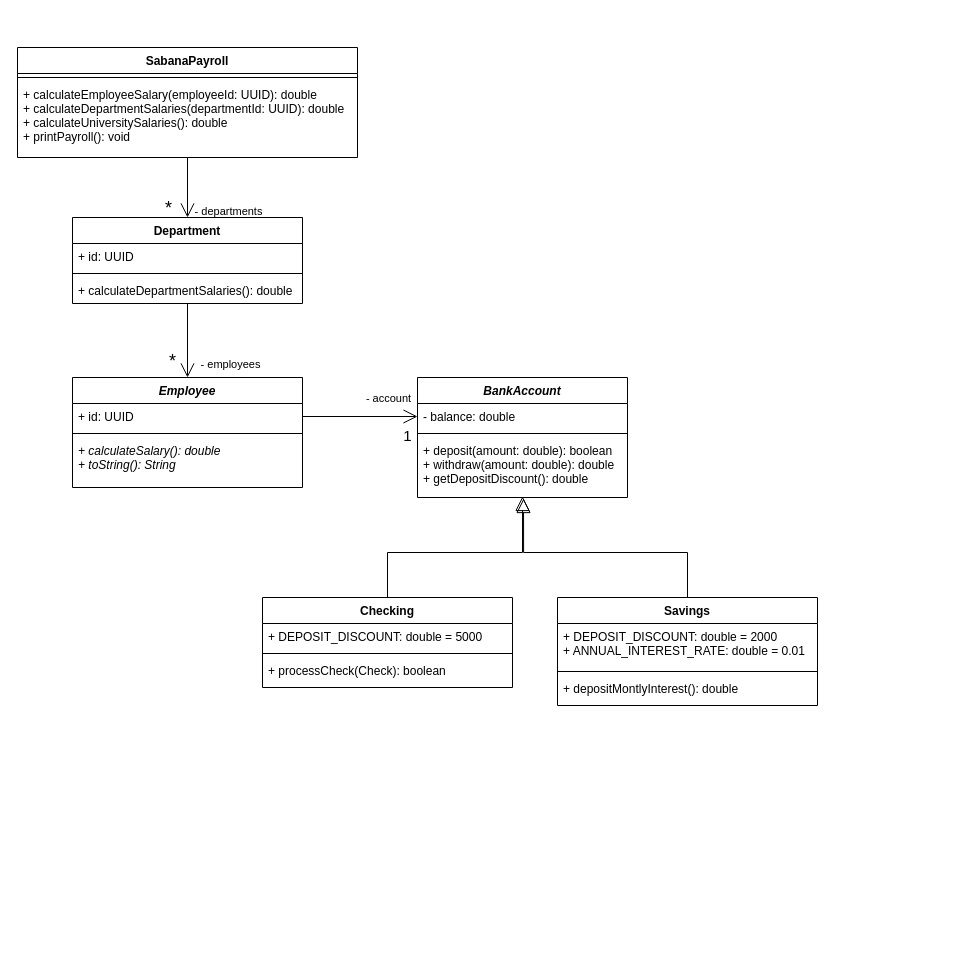
Luk117/NIETO-CHACON-ARRIETA-SABANA-POOB-2021-1-LAB-ABSTRACT-CLASS keeps this draw.io diagram as diagrams/sabanapayroll-class-diagram.drawio. Above is the earlier version. Source tidied: cells renumbered, new cells numbered last; positions are measured from the earlier drawing's top-left corner, leaving out a move shared by most shapes. Both pictures are drawn from the tidied source at 100%, with x=0, y=0 at pixel (17, 47).
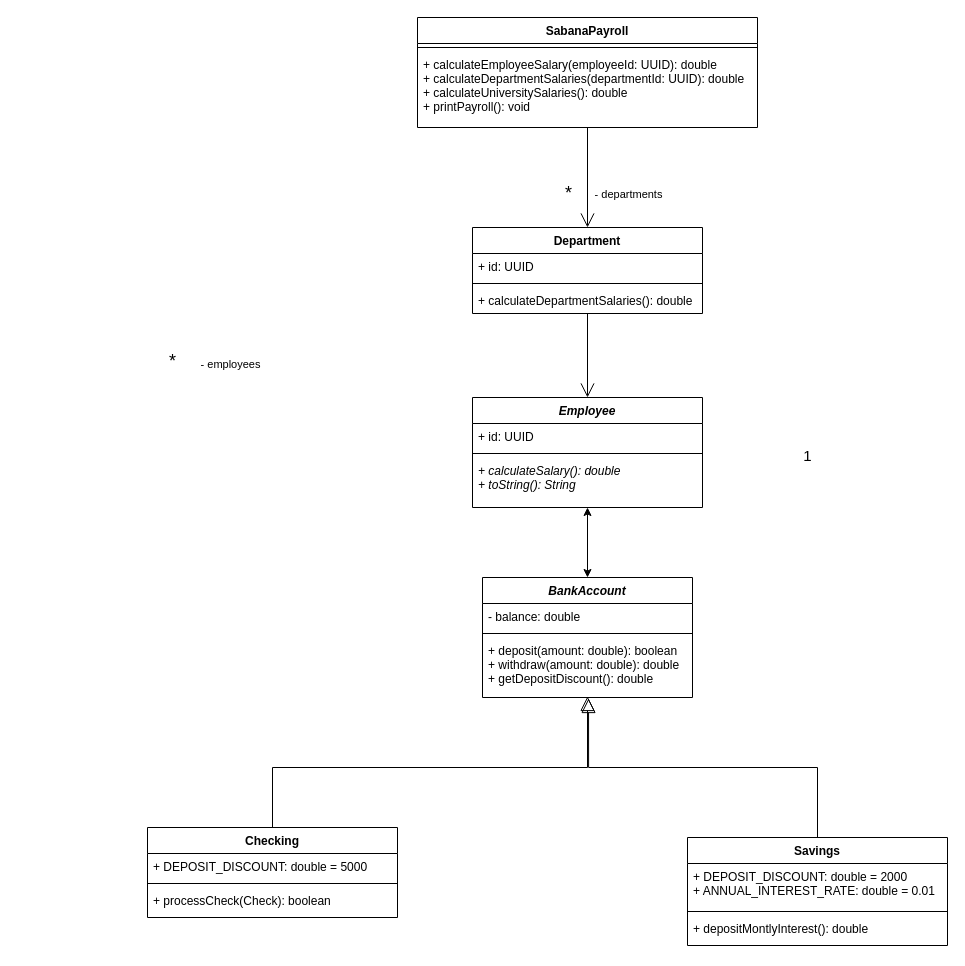
After the change.

The change refers to these unchanged cells:
```xml
<mxCell id="14" value="+ id: UUID" style="text;strokeColor=none;fillColor=none;align=left;verticalAlign=top;spacingLeft=4;spacingRight=4;overflow=hidden;points=[[0,0.5],[1,0.5]];portConstraint=eastwest;" parent="13" vertex="1">
  <mxGeometry y="26" width="230" height="26" as="geometry" />
</mxCell>
<mxCell id="20" value="- balance: double" style="text;strokeColor=none;fillColor=none;align=left;verticalAlign=top;spacingLeft=4;spacingRight=4;overflow=hidden;points=[[0,0.5],[1,0.5]];portConstraint=eastwest;" parent="19" vertex="1">
  <mxGeometry y="26" width="210" height="26" as="geometry" />
</mxCell>
<mxCell id="22" value="+ deposit(amount: double): boolean&#10;+ withdraw(amount: double): double&#10;+ getDepositDiscount(): double " style="text;strokeColor=none;fillColor=none;align=left;verticalAlign=top;spacingLeft=4;spacingRight=4;overflow=hidden;points=[[0,0.5],[1,0.5]];portConstraint=eastwest;fontStyle=0;" parent="19" vertex="1">
  <mxGeometry y="60" width="210" height="60" as="geometry" />
</mxCell>
```

Diff of the diagram source:
```diff
@@
     <mxCell id="5" value="SabanaPayroll" style="swimlane;fontStyle=1;align=center;verticalAlign=top;horizontal=1;startSize=26;" parent="1" vertex="1">
-      <mxGeometry width="340" height="110" as="geometry" />
+      <mxGeometry x="400" y="-30" width="340" height="110" as="geometry" />
     </mxCell>
@@
     <mxCell id="9" value="Department" style="swimlane;fontStyle=1;align=center;verticalAlign=top;horizontal=1;startSize=26;" parent="1" vertex="1">
-      <mxGeometry x="55" y="170" width="230" height="86" as="geometry" />
+      <mxGeometry x="455" y="180" width="230" height="86" as="geometry" />
     </mxCell>
@@
     <mxCell id="13" value="Employee" style="swimlane;fontStyle=3;align=center;verticalAlign=top;horizontal=1;startSize=26;" parent="1" vertex="1">
-      <mxGeometry x="55" y="330" width="230" height="110" as="geometry" />
+      <mxGeometry x="455" y="350" width="230" height="110" as="geometry" />
     </mxCell>
@@
     <mxCell id="19" value="BankAccount&#10;" style="swimlane;fontStyle=3;align=center;verticalAlign=top;horizontal=1;startSize=26;" parent="1" vertex="1">
-      <mxGeometry x="400" y="330" width="210" height="120" as="geometry" />
+      <mxGeometry x="465" y="530" width="210" height="120" as="geometry" />
     </mxCell>
@@
     <mxCell id="24" value="Checking" style="swimlane;fontStyle=1;align=center;verticalAlign=top;horizontal=1;startSize=26;" parent="1" vertex="1">
-      <mxGeometry x="245" y="550" width="250" height="90" as="geometry" />
+      <mxGeometry x="130" y="780" width="250" height="90" as="geometry" />
     </mxCell>
@@
     <mxCell id="28" style="edgeStyle=orthogonalEdgeStyle;rounded=0;jettySize=auto;html=1;endArrow=block;endFill=0;endSize=12;strokeWidth=1;entryX=0.505;entryY=1.017;entryDx=0;entryDy=0;entryPerimeter=0;" parent="1" edge="1" source="29" target="22">
       <mxGeometry relative="1" as="geometry">
         <Array as="points">
-          <mxPoint x="670" y="505" />
-          <mxPoint x="506" y="505" />
+          <mxPoint x="800" y="720" />
+          <mxPoint x="571" y="720" />
         </Array>
       </mxGeometry>
     </mxCell>
     <mxCell id="29" value="Savings" style="swimlane;fontStyle=1;align=center;verticalAlign=top;horizontal=1;startSize=26;" parent="1" vertex="1">
-      <mxGeometry x="540" y="550" width="260" height="108" as="geometry" />
+      <mxGeometry x="670" y="790" width="260" height="108" as="geometry" />
     </mxCell>
@@
-    <mxCell id="33" style="edgeStyle=orthogonalEdgeStyle;rounded=0;jettySize=auto;html=1;exitX=1;exitY=0.5;exitDx=0;exitDy=0;entryX=0;entryY=0.5;entryDx=0;entryDy=0;endArrow=open;endFill=0;endSize=12;" parent="1" edge="1" source="14" target="20">
-      <mxGeometry relative="1" as="geometry" />
-    </mxCell>
-    <mxCell id="34" value="- account" style="edgeLabel;html=1;align=center;verticalAlign=middle;" parent="33" vertex="1">
-      <mxGeometry x="0.44" relative="1" as="geometry">
-        <mxPoint x="2" y="-19" as="offset" />
-      </mxGeometry>
-    </mxCell>
     <mxCell id="35" value="1" style="edgeLabel;html=1;align=center;verticalAlign=middle;fontSize=15;" parent="1" vertex="1">
-      <mxGeometry x="360" y="390" as="geometry">
+      <mxGeometry x="760" y="410" as="geometry">
         <mxPoint x="29" y="-3" as="offset" />
       </mxGeometry>
     </mxCell>
+    <mxCell id="36" style="endArrow=classic;startArrow=classic;html=1;exitX=0.5;exitY=0;exitDx=0;exitDy=0;" parent="1" edge="1" source="19">
+      <mxGeometry relative="1" as="geometry">
+        <mxPoint x="570" y="460" as="targetPoint" />
+      </mxGeometry>
+    </mxCell>
```
